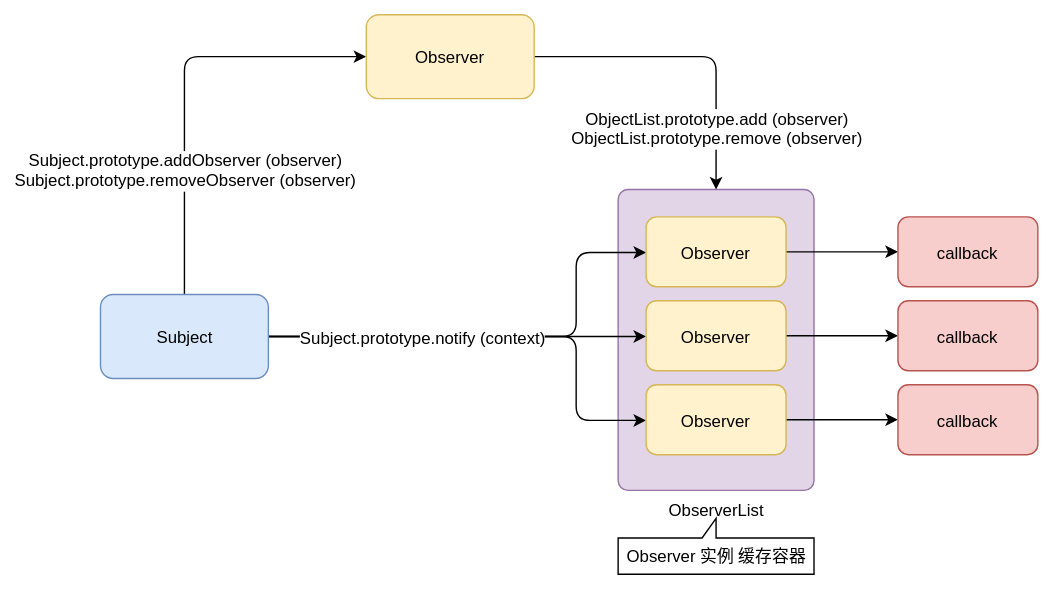
lbwa/lbwa.github.io keeps this draw.io diagram as source/images/post/js-design-pattern/observer-pattern.svg. Above is the earlier version. Source tidied: cells renumbered, new cells last; positions are measured from the earlier drawing's top-left corner, leaving out a move shared by most shapes.
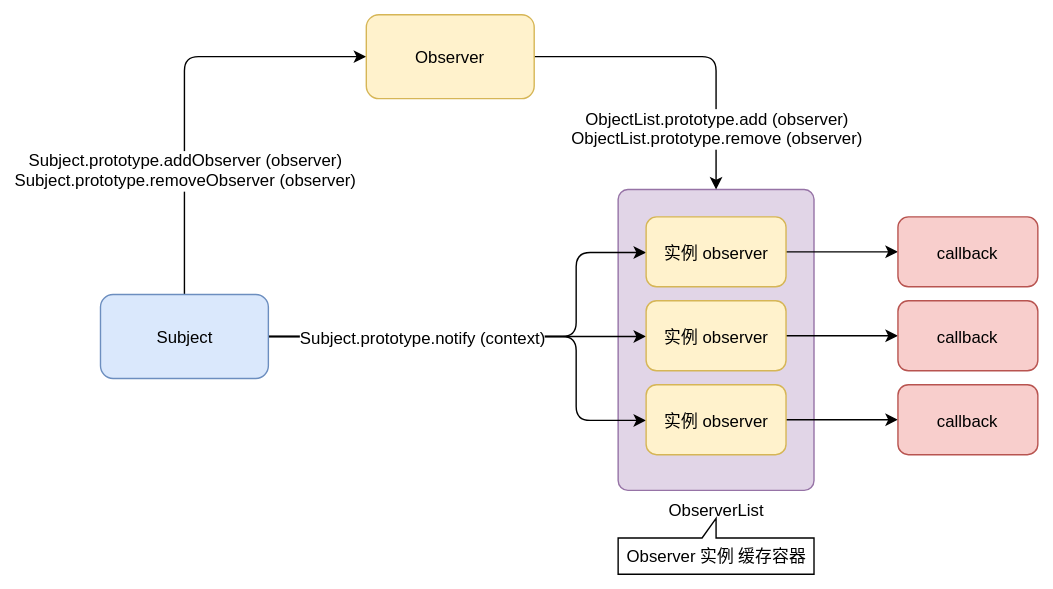
Later version of the same file.

Commit message:
build: publish / subscribe pattern

The edit, as a diff of the source:
```diff
@@ -54,7 +54,7 @@
     <mxCell id="13" style="edgeStyle=orthogonalEdgeStyle;rounded=1;html=1;jettySize=auto;strokeColor=#000000;fontSize=12;" parent="1" edge="1" source="14" target="15">
       <mxGeometry relative="1" as="geometry" />
     </mxCell>
-    <mxCell id="14" value="Observer" style="rounded=1;whiteSpace=wrap;html=1;fontSize=12;fillColor=#fff2cc;strokeColor=#d6b656;" parent="1" vertex="1">
+    <mxCell id="14" value="实例 observer" style="rounded=1;whiteSpace=wrap;html=1;fontSize=12;fillColor=#fff2cc;strokeColor=#d6b656;" parent="1" vertex="1">
       <mxGeometry x="390" y="144.5" width="100" height="50" as="geometry" />
     </mxCell>
     <mxCell id="15" value="callback" style="rounded=1;whiteSpace=wrap;html=1;fontSize=12;fillColor=#f8cecc;strokeColor=#b85450;" parent="1" vertex="1">
@@ -63,7 +63,7 @@
     <mxCell id="16" style="edgeStyle=orthogonalEdgeStyle;rounded=1;html=1;jettySize=auto;strokeColor=#000000;fontSize=12;" parent="1" edge="1" source="17" target="18">
       <mxGeometry relative="1" as="geometry" />
     </mxCell>
-    <mxCell id="17" value="Observer" style="rounded=1;whiteSpace=wrap;html=1;fontSize=12;fillColor=#fff2cc;strokeColor=#d6b656;" parent="1" vertex="1">
+    <mxCell id="17" value="实例 observer" style="rounded=1;whiteSpace=wrap;html=1;fontSize=12;fillColor=#fff2cc;strokeColor=#d6b656;" parent="1" vertex="1">
       <mxGeometry x="390" y="204.5" width="100" height="50" as="geometry" />
     </mxCell>
     <mxCell id="18" value="callback" style="rounded=1;whiteSpace=wrap;html=1;fontSize=12;fillColor=#f8cecc;strokeColor=#b85450;" parent="1" vertex="1">
@@ -72,7 +72,7 @@
     <mxCell id="19" style="edgeStyle=orthogonalEdgeStyle;rounded=1;html=1;jettySize=auto;strokeColor=#000000;fontSize=12;" parent="1" edge="1" source="20" target="21">
       <mxGeometry relative="1" as="geometry" />
     </mxCell>
-    <mxCell id="20" value="Observer" style="rounded=1;whiteSpace=wrap;html=1;fontSize=12;fillColor=#fff2cc;strokeColor=#d6b656;" parent="1" vertex="1">
+    <mxCell id="20" value="实例 observer" style="rounded=1;whiteSpace=wrap;html=1;fontSize=12;fillColor=#fff2cc;strokeColor=#d6b656;" parent="1" vertex="1">
       <mxGeometry x="390" y="264.5" width="100" height="50" as="geometry" />
     </mxCell>
     <mxCell id="21" value="callback" style="rounded=1;whiteSpace=wrap;html=1;fontSize=12;fillColor=#f8cecc;strokeColor=#b85450;" parent="1" vertex="1">
```
